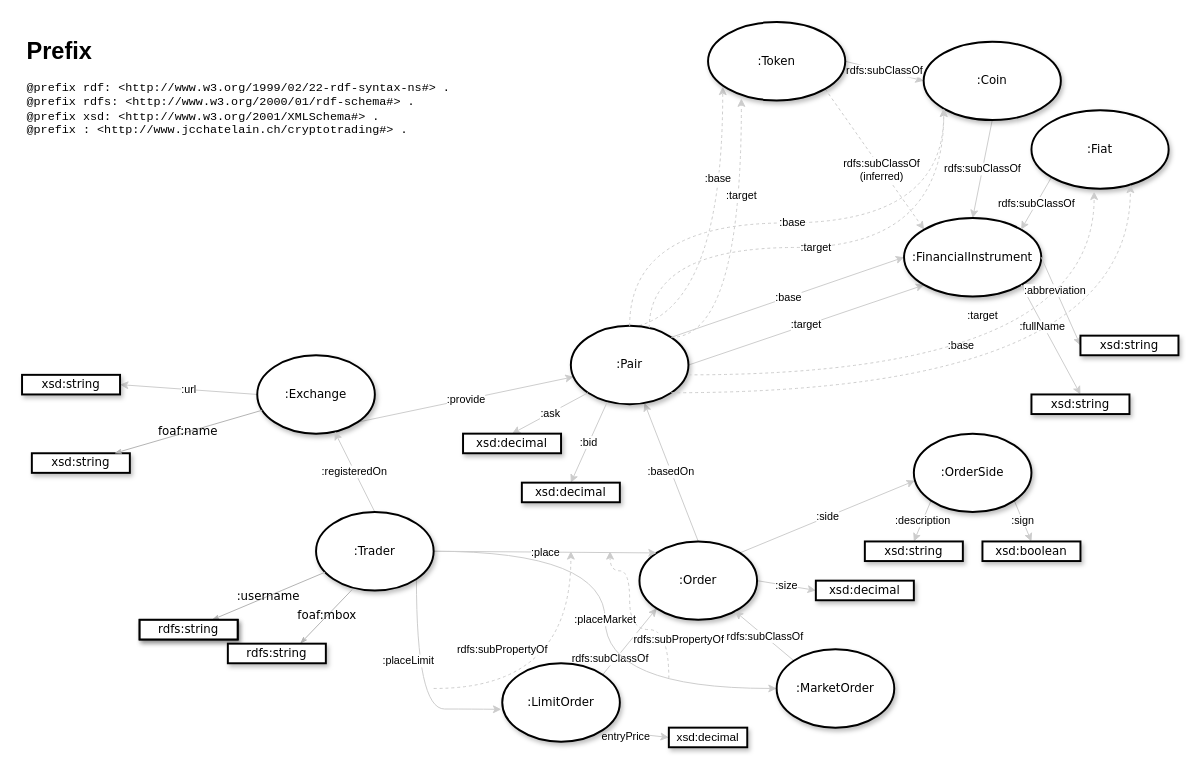
PoUpA/MAS-RAD_DAR keeps this draw.io diagram as page "RDF" (1 of 3) of Res/MAS-RAD_DAR-MiniProjet_RDF_RDFS.drawio. Above is the earlier version. Source tidied: cells renumbered, new cells numbered last; positions are measured from the earlier drawing's top-left corner, leaving out a move shared by most shapes. Both pictures are drawn from the tidied source at 98%, with x=0, y=0 at pixel (22, 22).
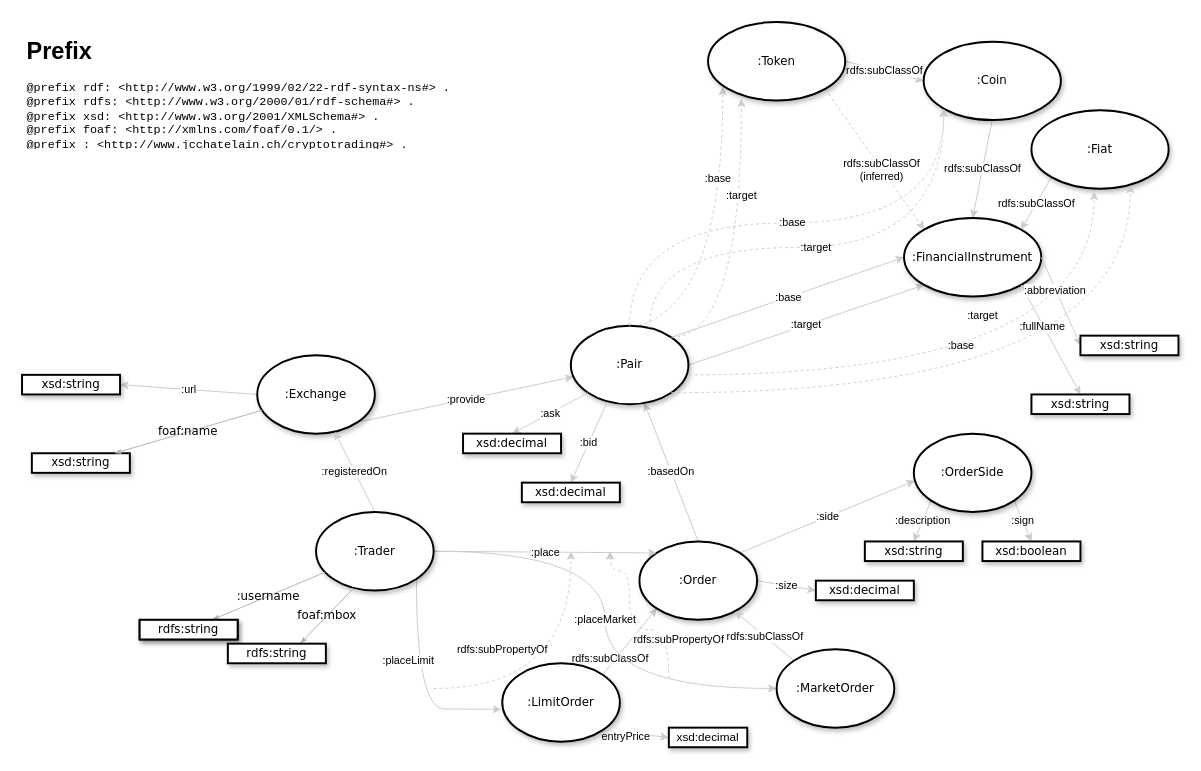
The same diagram, later.

Change to the diagram source:
```diff
@@
-    <mxCell id="64" value="&lt;h1&gt;Prefix&lt;/h1&gt;&lt;pre style=&quot;overflow-wrap: break-word&quot;&gt;@prefix rdf: &amp;lt;http://www.w3.org/1999/02/22-rdf-syntax-ns#&amp;gt; .&lt;br&gt;@prefix rdfs: &amp;lt;http://www.w3.org/2000/01/rdf-schema#&amp;gt; .&lt;br&gt;@prefix xsd: &amp;lt;http://www.w3.org/2001/XMLSchema#&amp;gt; .&lt;br/&gt;@prefix : &amp;lt;http://www.jcchatelain.ch/cryptotrading#&amp;gt; .&lt;/pre&gt;" style="text;html=1;strokeColor=none;fillColor=none;spacing=5;spacingTop=-20;whiteSpace=wrap;overflow=hidden;rounded=0;" parent="1" vertex="1">
+    <mxCell id="64" value="&lt;h1&gt;Prefix&lt;/h1&gt;&lt;pre style=&quot;overflow-wrap: break-word&quot;&gt;@prefix rdf: &amp;lt;http://www.w3.org/1999/02/22-rdf-syntax-ns#&amp;gt; .&lt;br&gt;@prefix rdfs: &amp;lt;http://www.w3.org/2000/01/rdf-schema#&amp;gt; .&lt;br&gt;@prefix xsd: &amp;lt;http://www.w3.org/2001/XMLSchema#&amp;gt; .&lt;br/&gt;@prefix foaf: &amp;lt;http://xmlns.com/foaf/0.1/&amp;gt; .&lt;br&gt;@prefix : &amp;lt;http://www.jcchatelain.ch/cryptotrading#&amp;gt; .&lt;/pre&gt;" style="text;html=1;strokeColor=none;fillColor=none;spacing=5;spacingTop=-20;whiteSpace=wrap;overflow=hidden;rounded=0;" parent="1" vertex="1">
       <mxGeometry y="10" width="450" height="120" as="geometry" />
     </mxCell>
```
